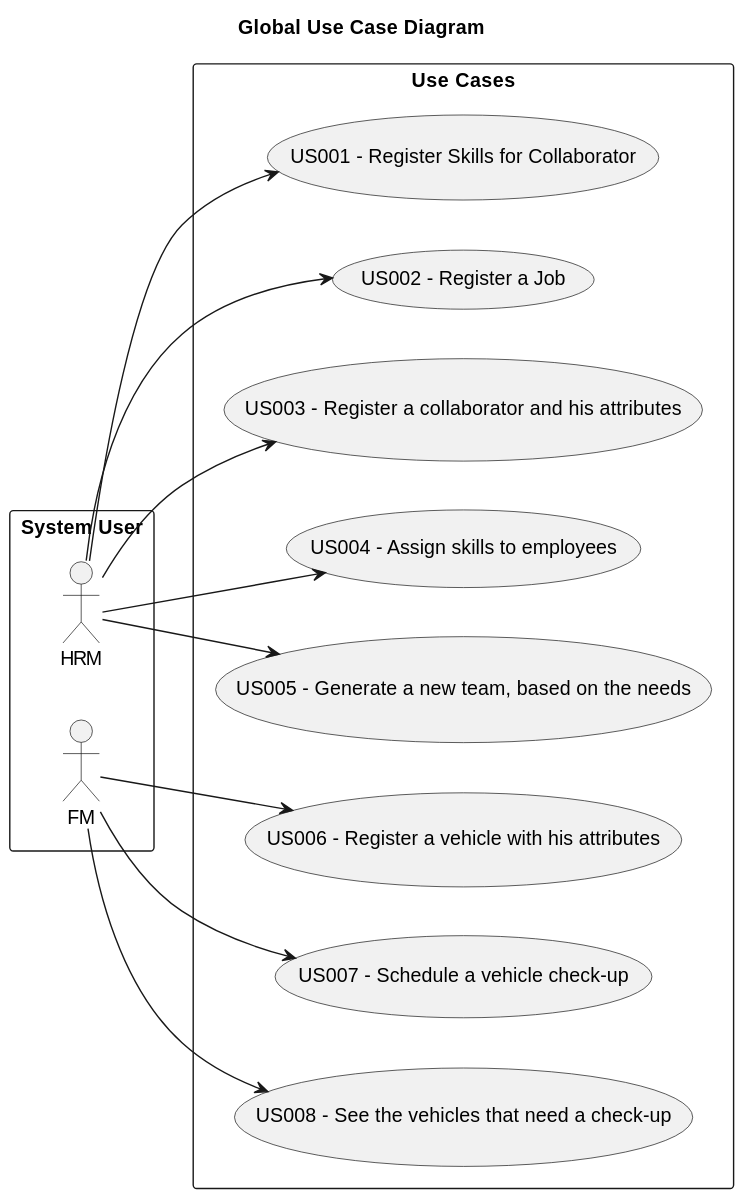
Above: docs/sprintA/global-artifacts/01.requirements-engineering/svg/use-case-diagram.svg in ricardomm7/leaflink (PlantUML), before the change. The source it was exported from:
```plantuml
@startuml
skinparam monochrome true
skinparam packageStyle rectangle
skinparam shadowing false

title Global Use Case Diagram

left to right direction

rectangle "System User" as actors {
    actor HRM
    actor FM
}

rectangle "Use Cases" as usecases{
    usecase "US001 - Register Skills for Collaborator" as US001
    HRM --> US001
}

rectangle "Use Cases" as usecases{
    usecase "US002 - Register a Job" as US002
    HRM --> US002
}

rectangle "Use Cases" as usecases{
    usecase "US003 - Register a collaborator and his attributes" as US003
    HRM --> US003
}

rectangle "Use Cases" as usecases{
    usecase "US004 - Assign skills to employees" as US004
    HRM --> US004
}

rectangle "Use Cases" as usecases{
    usecase "US005 - Generate a new team, based on the needs" as US005
    HRM --> US005
}

rectangle "Use Cases" as usecases{
    usecase "US006 - Register a vehicle with his attributes" as US006
    FM --> US006
}

rectangle "Use Cases" as usecases{
    usecase "US007 - Schedule a vehicle check-up" as US007
    FM --> US007
}

rectangle "Use Cases" as usecases{
    usecase "US008 - See the vehicles that need a check-up" as US008
    FM --> US008
}
@enduml
```
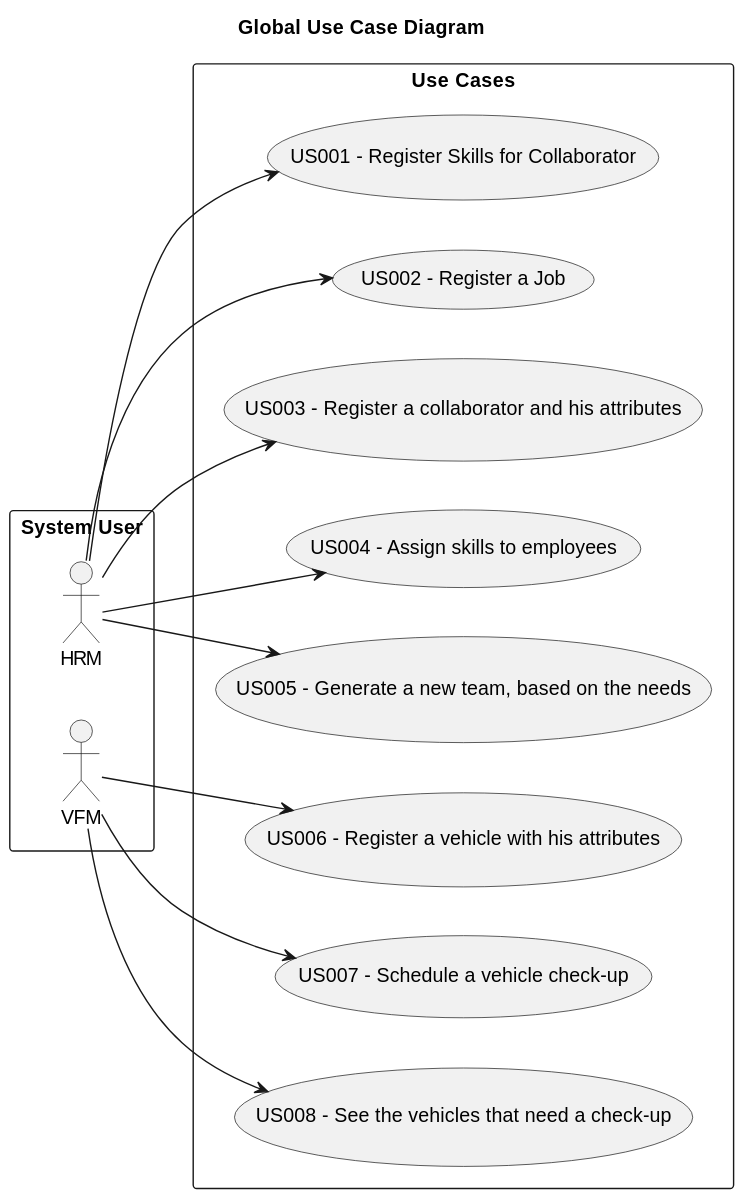
The same diagram one commit later.

Change to the diagram source:
```diff
@@ -9,7 +9,7 @@
 
 rectangle "System User" as actors {
     actor HRM
-    actor FM
+    actor VFM
 }
 
 rectangle "Use Cases" as usecases{
@@ -39,16 +39,16 @@
 
 rectangle "Use Cases" as usecases{
     usecase "US006 - Register a vehicle with his attributes" as US006
-    FM --> US006
+    VFM --> US006
 }
 
 rectangle "Use Cases" as usecases{
     usecase "US007 - Schedule a vehicle check-up" as US007
-    FM --> US007
+    VFM --> US007
 }
 
 rectangle "Use Cases" as usecases{
     usecase "US008 - See the vehicles that need a check-up" as US008
-    FM --> US008
+    VFM --> US008
 }
 @enduml
```
